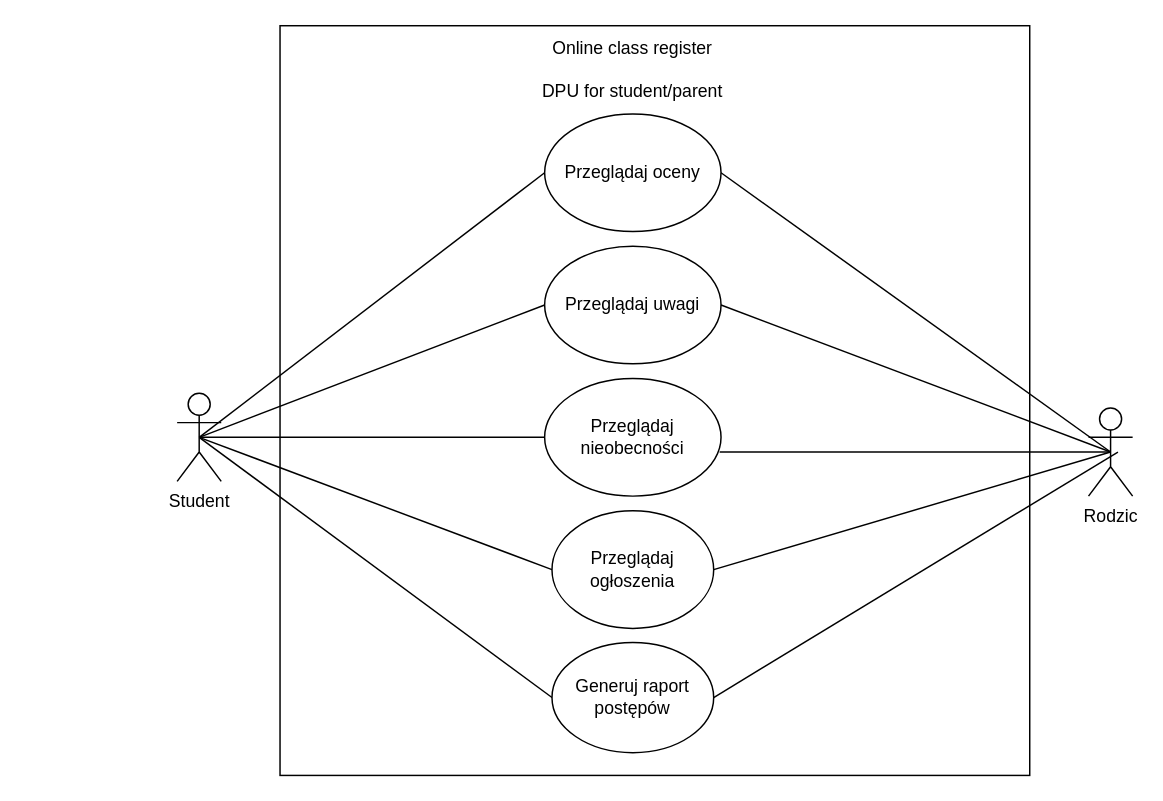
CezaryDobrenko/online-grade-book keeps this draw.io diagram as Documentation/diagrams/drawio_executable/DPU_Student_Parent.drawio. Above is the earlier version. Source tidied: cells renumbered, new cells numbered last; positions are measured from the earlier drawing's top-left corner, leaving out a move shared by most shapes. Both pictures are drawn from the tidied source at 147%, with x=0, y=0 at pixel (176, 25).
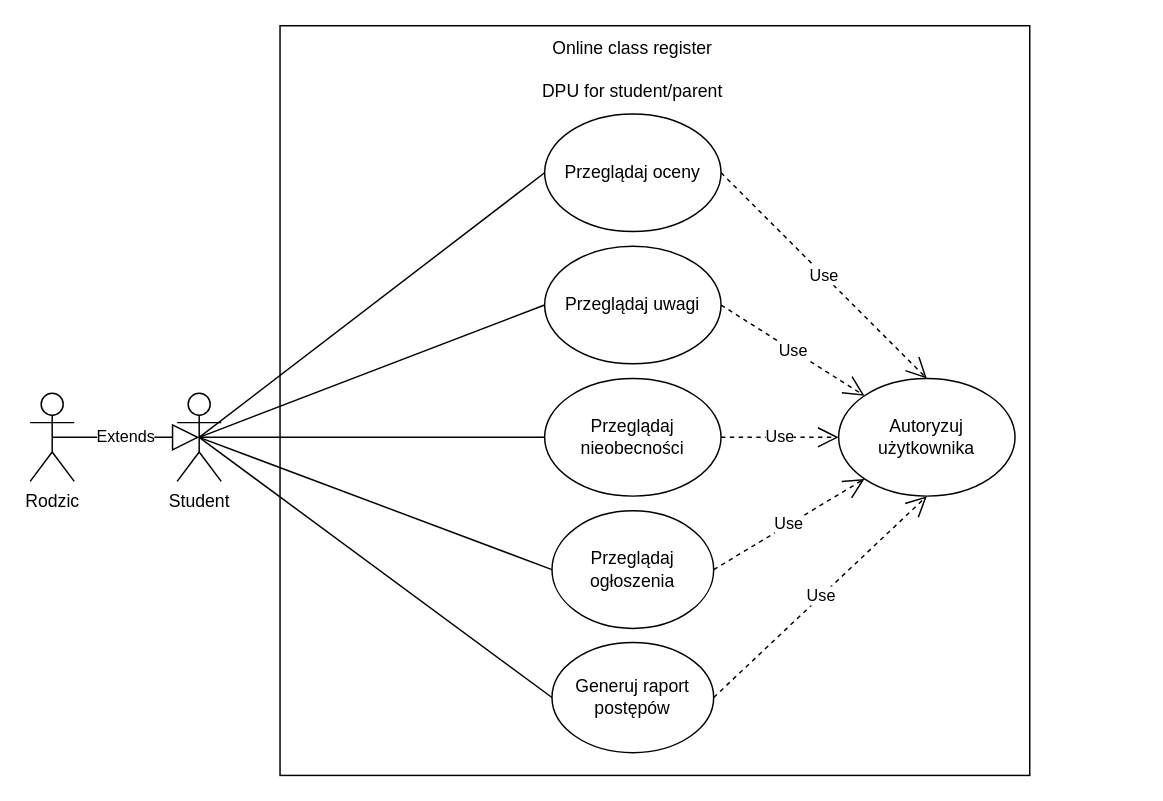
Above is the later version.

The change refers to these unchanged cells:
```xml
<mxCell id="4" value="Przeglądaj oceny" style="ellipse;whiteSpace=wrap;html=1;" parent="1" vertex="1">
  <mxGeometry x="250" y="60" width="120" height="80" as="geometry" />
</mxCell>
<mxCell id="5" value="Przeglądaj uwagi" style="ellipse;whiteSpace=wrap;html=1;" parent="1" vertex="1">
  <mxGeometry x="250" y="150" width="120" height="80" as="geometry" />
</mxCell>
<mxCell id="6" value="Przeglądaj nieobecności" style="ellipse;whiteSpace=wrap;html=1;" parent="1" vertex="1">
  <mxGeometry x="250" y="240" width="120" height="80" as="geometry" />
</mxCell>
<mxCell id="7" value="Student" style="shape=umlActor;verticalLabelPosition=bottom;verticalAlign=top;html=1;outlineConnect=0;" parent="1" vertex="1">
  <mxGeometry y="250" width="30" height="60" as="geometry" />
</mxCell>
<mxCell id="15" value="Przeglądaj ogłoszenia" style="ellipse;whiteSpace=wrap;html=1;" parent="1" vertex="1">
  <mxGeometry x="255" y="330" width="110" height="80" as="geometry" />
</mxCell>
<mxCell id="17" value="Generuj raport postępów" style="ellipse;whiteSpace=wrap;html=1;" parent="1" vertex="1">
  <mxGeometry x="255" y="419.5" width="110" height="75" as="geometry" />
</mxCell>
```

The edit, as a diff of the source:
```diff
@@
     <mxCell id="8" value="Rodzic&lt;br&gt;" style="shape=umlActor;verticalLabelPosition=bottom;verticalAlign=top;html=1;outlineConnect=0;" parent="1" vertex="1">
-      <mxGeometry x="620" y="260" width="30" height="60" as="geometry" />
+      <mxGeometry x="-100" y="250" width="30" height="60" as="geometry" />
     </mxCell>
@@
-    <mxCell id="12" style="endArrow=none;html=1;entryX=1;entryY=0.5;entryDx=0;entryDy=0;exitX=0.5;exitY=0.5;exitDx=0;exitDy=0;exitPerimeter=0;" parent="1" edge="1" source="8" target="4">
-      <mxGeometry relative="1" as="geometry" />
-    </mxCell>
-    <mxCell id="13" style="endArrow=none;html=1;entryX=1;entryY=0.5;entryDx=0;entryDy=0;exitX=0.5;exitY=0.5;exitDx=0;exitDy=0;exitPerimeter=0;" parent="1" edge="1" source="8" target="5">
-      <mxGeometry relative="1" as="geometry" />
-    </mxCell>
-    <mxCell id="14" style="endArrow=none;html=1;entryX=0.992;entryY=0.625;entryDx=0;entryDy=0;exitX=0.5;exitY=0.5;exitDx=0;exitDy=0;exitPerimeter=0;entryPerimeter=0;" parent="1" edge="1" source="8" target="6">
-      <mxGeometry relative="1" as="geometry" />
-    </mxCell>
@@
-    <mxCell id="16" style="endArrow=none;html=1;entryX=1;entryY=0.5;entryDx=0;entryDy=0;exitX=0.5;exitY=0.5;exitDx=0;exitDy=0;exitPerimeter=0;" parent="1" edge="1" source="8" target="15">
-      <mxGeometry relative="1" as="geometry" />
-    </mxCell>
@@
-    <mxCell id="18" style="endArrow=none;html=1;exitX=1;exitY=0.5;exitDx=0;exitDy=0;" parent="1" edge="1" source="17">
-      <mxGeometry relative="1" as="geometry">
-        <mxPoint x="640" y="290" as="targetPoint" />
-      </mxGeometry>
-    </mxCell>
@@
+    <mxCell id="21" value="Extends" style="endArrow=block;endSize=16;endFill=0;html=1;entryX=0.5;entryY=0.5;entryDx=0;entryDy=0;entryPerimeter=0;exitX=0.5;exitY=0.5;exitDx=0;exitDy=0;exitPerimeter=0;" parent="1" edge="1" source="8" target="7">
+      <mxGeometry relative="1" as="geometry" />
+    </mxCell>
+    <mxCell id="22" value="Autoryzuj użytkownika" style="ellipse;whiteSpace=wrap;html=1;" parent="1" vertex="1">
+      <mxGeometry x="450" y="240" width="120" height="80" as="geometry" />
+    </mxCell>
+    <mxCell id="23" value="Use" style="endArrow=open;endSize=12;dashed=1;html=1;exitX=1;exitY=0.5;exitDx=0;exitDy=0;entryX=0;entryY=0.5;entryDx=0;entryDy=0;" parent="1" edge="1" source="6" target="22">
+      <mxGeometry relative="1" as="geometry" />
+    </mxCell>
+    <mxCell id="24" value="Use" style="endArrow=open;endSize=12;dashed=1;html=1;entryX=0.5;entryY=1;entryDx=0;entryDy=0;exitX=1;exitY=0.5;exitDx=0;exitDy=0;" parent="1" edge="1" source="17" target="22">
+      <mxGeometry relative="1" as="geometry" />
+    </mxCell>
+    <mxCell id="25" value="Use" style="endArrow=open;endSize=12;dashed=1;html=1;entryX=0;entryY=1;entryDx=0;entryDy=0;exitX=1;exitY=0.5;exitDx=0;exitDy=0;" parent="1" edge="1" source="15" target="22">
+      <mxGeometry relative="1" as="geometry" />
+    </mxCell>
+    <mxCell id="26" value="Use" style="endArrow=open;endSize=12;dashed=1;html=1;exitX=1;exitY=0.5;exitDx=0;exitDy=0;entryX=0;entryY=0;entryDx=0;entryDy=0;" parent="1" edge="1" source="5" target="22">
+      <mxGeometry relative="1" as="geometry" />
+    </mxCell>
+    <mxCell id="27" value="Use" style="endArrow=open;endSize=12;dashed=1;html=1;exitX=1;exitY=0.5;exitDx=0;exitDy=0;entryX=0.5;entryY=0;entryDx=0;entryDy=0;" parent="1" edge="1" source="4" target="22">
+      <mxGeometry relative="1" as="geometry" />
+    </mxCell>
```
